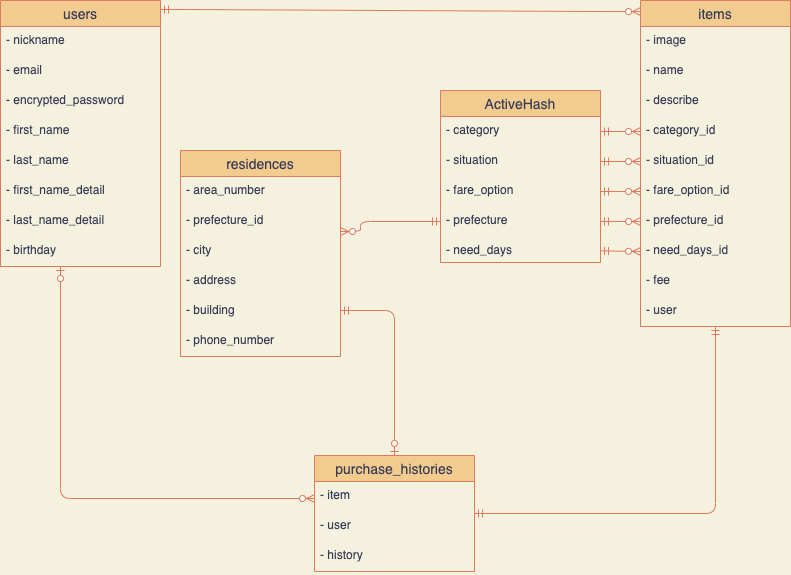
Before: database.drawio.png, a diagram exported from draw.io (Suzukiti-1029/furima-34840). Source tidied: cells renumbered, new cells last; positions are measured from the earlier drawing's top-left corner, leaving out a move shared by most shapes.
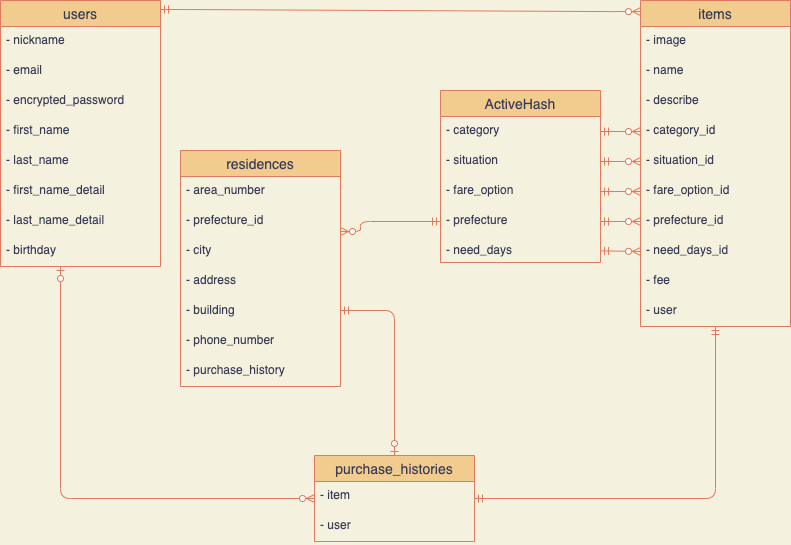
Above is the later version.

The edit, as a diff of the source:
```diff
@@ -63,7 +63,7 @@
       <mxGeometry y="296" width="150" height="30" as="geometry" />
     </mxCell>
     <mxCell id="22" value="residences" style="swimlane;fontStyle=0;horizontal=1;startSize=26;align=center;fontSize=14;fillColor=#F2CC8F;strokeColor=#E07A5F;fontColor=#393C56;" parent="1" vertex="1">
-      <mxGeometry x="180" y="150" width="160" height="206" as="geometry" />
+      <mxGeometry x="180" y="150" width="160" height="236" as="geometry" />
     </mxCell>
     <mxCell id="23" value="- area_number" style="text;strokeColor=none;fillColor=none;spacingLeft=4;spacingRight=4;overflow=hidden;fontSize=12;fontColor=#393C56;" parent="22" vertex="1">
       <mxGeometry y="26" width="160" height="30" as="geometry" />
@@ -80,8 +80,11 @@
     <mxCell id="27" value="- building" style="text;strokeColor=none;fillColor=none;spacingLeft=4;spacingRight=4;overflow=hidden;fontSize=12;fontColor=#393C56;" parent="22" vertex="1">
       <mxGeometry y="146" width="160" height="30" as="geometry" />
     </mxCell>
+    <mxCell id="49" value="- phone_number" style="text;strokeColor=none;fillColor=none;spacingLeft=4;spacingRight=4;overflow=hidden;fontSize=12;fontColor=#393C56;" parent="22" vertex="1">
+      <mxGeometry y="176" width="160" height="30" as="geometry" />
+    </mxCell>
-    <mxCell id="28" value="- phone_number" style="text;strokeColor=none;fillColor=none;spacingLeft=4;spacingRight=4;overflow=hidden;fontSize=12;fontColor=#393C56;" parent="22" vertex="1">
-      <mxGeometry y="176" width="160" height="30" as="geometry" />
+    <mxCell id="28" value="- purchase_history" style="text;strokeColor=none;fillColor=none;spacingLeft=4;spacingRight=4;overflow=hidden;fontSize=12;fontColor=#393C56;" parent="22" vertex="1">
+      <mxGeometry y="206" width="160" height="30" as="geometry" />
     </mxCell>
     <mxCell id="29" style="edgeStyle=entityRelationEdgeStyle;fontSize=12;html=1;endArrow=ERzeroToMany;startArrow=ERmandOne;entryX=0;entryY=0.034;entryDx=0;entryDy=0;entryPerimeter=0;exitX=1;exitY=0.034;exitDx=0;exitDy=0;exitPerimeter=0;strokeColor=#E07A5F;fontColor=#393C56;curved=1;labelBackgroundColor=#F4F1DE;" parent="1" edge="1" source="2" target="11">
       <mxGeometry relative="1" as="geometry" />
@@ -128,7 +131,7 @@
       <mxGeometry relative="1" as="geometry" />
     </mxCell>
     <mxCell id="42" value="purchase_histories" style="swimlane;fontStyle=0;horizontal=1;startSize=26;align=center;fontSize=14;fillColor=#F2CC8F;strokeColor=#E07A5F;fontColor=#393C56;" parent="1" vertex="1">
-      <mxGeometry x="314" y="455" width="160" height="116" as="geometry" />
+      <mxGeometry x="314" y="455" width="160" height="86" as="geometry" />
     </mxCell>
     <mxCell id="43" value="- item" style="text;strokeColor=none;fillColor=none;spacingLeft=4;spacingRight=4;overflow=hidden;fontSize=12;fontColor=#393C56;" parent="42" vertex="1">
       <mxGeometry y="26" width="160" height="30" as="geometry" />
@@ -136,9 +139,6 @@
     <mxCell id="44" value="- user" style="text;strokeColor=none;fillColor=none;spacingLeft=4;spacingRight=4;overflow=hidden;fontSize=12;fontColor=#393C56;" parent="42" vertex="1">
       <mxGeometry y="56" width="160" height="30" as="geometry" />
     </mxCell>
-    <mxCell id="45" value="- history" style="text;strokeColor=none;fillColor=none;spacingLeft=4;spacingRight=4;overflow=hidden;fontSize=12;fontColor=#393C56;" parent="42" vertex="1">
-      <mxGeometry y="86" width="160" height="30" as="geometry" />
-    </mxCell>
     <mxCell id="46" style="edgeStyle=orthogonalEdgeStyle;fontSize=12;html=1;endArrow=ERzeroToMany;startArrow=ERzeroToOne;strokeColor=#E07A5F;fillColor=#F2CC8F;labelBackgroundColor=#F4F1DE;fontColor=#393C56;" parent="1" edge="1" source="2" target="42">
       <mxGeometry relative="1" as="geometry">
         <Array as="points">
```
